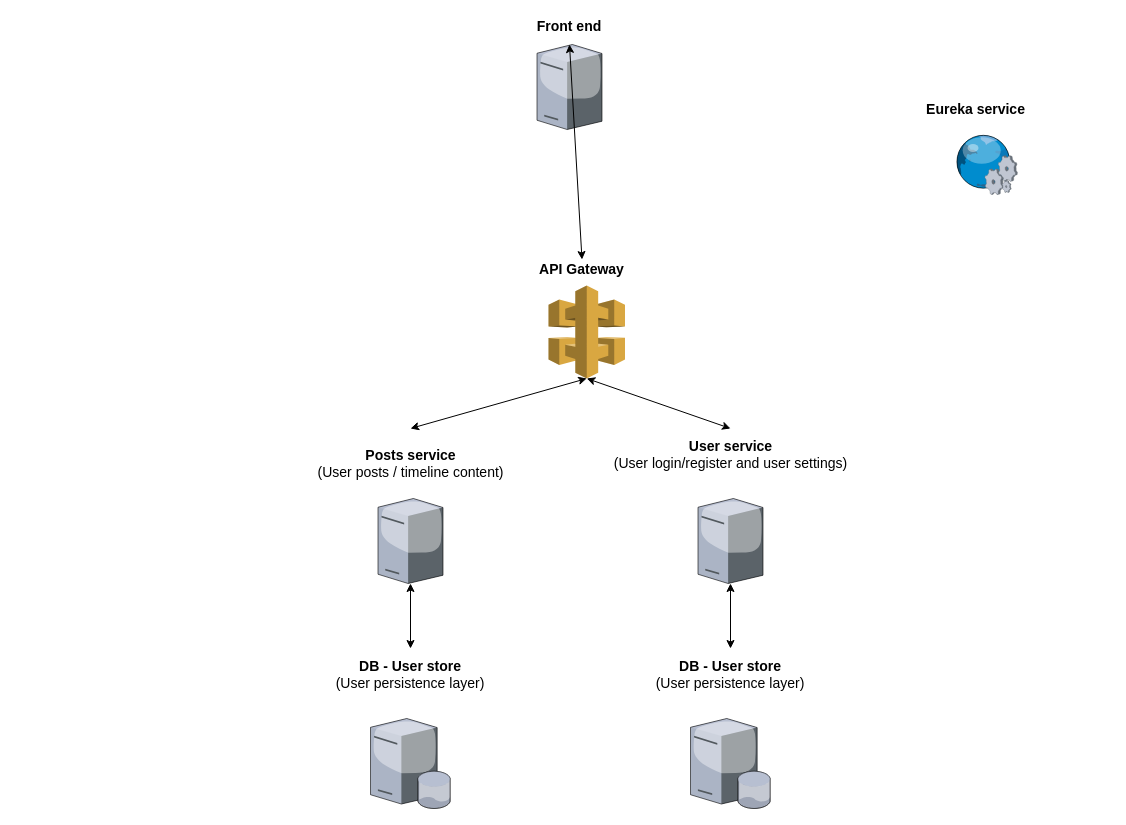
Before: models/servicesDiagram.drawio in arcilli/demetria-social-network, a draw.io diagram. Source tidied: cells renumbered, new cells numbered last; positions are measured from the earlier drawing's top-left corner, leaving out a move shared by most shapes. Both pictures are drawn from the tidied source at 100%, with x=0, y=0 at pixel (288, 24).
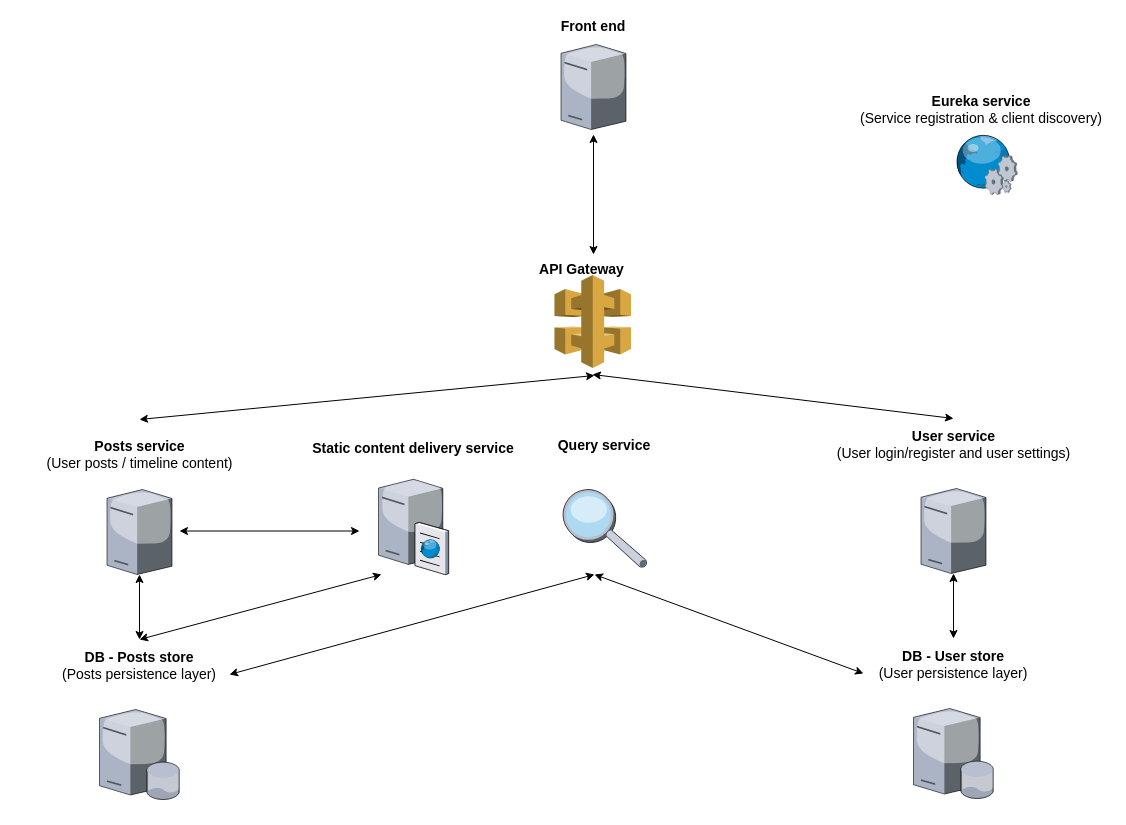
Above is the later version.

Commit message (it also covers changes not shown here):
Updated service diagram.

The change refers to these unchanged cells:
```xml
<mxCell id="11" value="&lt;b&gt;&lt;font style=&quot;font-size: 14px&quot;&gt;API Gateway&lt;/font&gt;&lt;/b&gt;" style="text;html=1;strokeColor=none;fillColor=none;align=center;verticalAlign=middle;whiteSpace=wrap;rounded=0;" parent="1" vertex="1">
  <mxGeometry x="226" y="235" width="135" height="20" as="geometry" />
</mxCell>
```

What changed in the source:
```diff
@@
     <mxCell id="2" style="group;" parent="1" vertex="1">
-      <mxGeometry x="226" y="20" width="110" height="110" as="geometry" />
+      <mxGeometry x="250" y="20" width="110" height="110" as="geometry" />
     </mxCell>
@@
     <mxCell id="4" style="group;" parent="1" vertex="1">
-      <mxGeometry x="387" y="493" width="210" height="160" as="geometry" />
+      <mxGeometry x="610" y="483" width="210" height="160" as="geometry" />
     </mxCell>
@@
-    <mxCell id="6" style="endArrow=classic;startArrow=classic;html=1;entryX=0.5;entryY=1;entryDx=0;entryDy=0;exitX=0.5;exitY=0;exitDx=0;exitDy=0;" parent="1" edge="1" source="11" target="8">
-      <mxGeometry relative="1" as="geometry" />
+    <mxCell id="6" style="endArrow=classic;startArrow=classic;html=1;" parent="1" edge="1">
+      <mxGeometry relative="1" as="geometry">
+        <mxPoint x="305" y="230" as="sourcePoint" />
+        <mxPoint x="305" y="110" as="targetPoint" />
+      </mxGeometry>
     </mxCell>
@@
     <mxCell id="8" value="&lt;div style=&quot;font-size: 14px&quot;&gt;&lt;font style=&quot;font-size: 14px&quot;&gt;&lt;b&gt;Front end&lt;/b&gt;&lt;/font&gt;&lt;/div&gt;&lt;div style=&quot;font-size: 14px&quot;&gt;&lt;font style=&quot;font-size: 14px&quot;&gt;&lt;b&gt;&lt;br&gt;&lt;/b&gt;&lt;/font&gt;&lt;/div&gt;" style="text;html=1;strokeColor=none;fillColor=none;align=center;verticalAlign=middle;whiteSpace=wrap;rounded=0;" parent="1" vertex="1">
-      <mxGeometry x="226" width="110" height="20" as="geometry" />
+      <mxGeometry x="250" width="110" height="20" as="geometry" />
     </mxCell>
     <mxCell id="9" value="&lt;div style=&quot;font-size: 14px&quot;&gt;&lt;font style=&quot;font-size: 14px&quot;&gt;&lt;b&gt;User service&lt;/b&gt;&lt;/font&gt;&lt;/div&gt;&lt;div style=&quot;font-size: 14px&quot;&gt;&lt;font style=&quot;font-size: 14px&quot;&gt;(User login/register and user settings)&lt;/font&gt;&lt;/div&gt;&lt;div style=&quot;font-size: 14px&quot;&gt;&lt;font style=&quot;font-size: 14px&quot;&gt;&lt;br&gt;&lt;/font&gt;&lt;/div&gt;" style="text;html=1;strokeColor=none;fillColor=none;align=center;verticalAlign=middle;whiteSpace=wrap;rounded=0;" parent="1" vertex="1">
-      <mxGeometry x="319.5" y="404" width="245" height="70" as="geometry" />
+      <mxGeometry x="542.5" y="394" width="245" height="70" as="geometry" />
     </mxCell>
     <mxCell id="10" style="outlineConnect=0;dashed=0;verticalLabelPosition=bottom;verticalAlign=top;align=center;html=1;shape=mxgraph.aws3.api_gateway;fillColor=#D9A741;gradientColor=none;" parent="1" vertex="1">
-      <mxGeometry x="260" y="261" width="76.5" height="93" as="geometry" />
+      <mxGeometry x="266" y="250.5" width="76.5" height="93" as="geometry" />
     </mxCell>
@@
-    <mxCell id="12" style="endArrow=classic;html=1;entryX=0.5;entryY=1;entryDx=0;entryDy=0;entryPerimeter=0;exitX=0.5;exitY=0;exitDx=0;exitDy=0;startArrow=classic;startFill=1;" parent="1" edge="1" source="9" target="10">
-      <mxGeometry relative="1" as="geometry" />
+    <mxCell id="12" style="endArrow=classic;html=1;exitX=0.5;exitY=0;exitDx=0;exitDy=0;startArrow=classic;startFill=1;" parent="1" edge="1" source="9">
+      <mxGeometry relative="1" as="geometry">
+        <mxPoint x="304" y="350" as="targetPoint" />
+      </mxGeometry>
     </mxCell>
     <mxCell id="13" style="verticalLabelPosition=bottom;html=1;verticalAlign=top;strokeColor=none;align=center;outlineConnect=0;shape=mxgraph.citrix.tower_server;" parent="1" vertex="1">
-      <mxGeometry x="89.5" y="474" width="65" height="85" as="geometry" />
+      <mxGeometry x="-181.5" y="465" width="65" height="85" as="geometry" />
     </mxCell>
     <mxCell id="14" value="&lt;div style=&quot;font-size: 14px&quot;&gt;&lt;font style=&quot;font-size: 14px&quot;&gt;&lt;b&gt;Posts service&lt;/b&gt;&lt;/font&gt;&lt;/div&gt;&lt;div style=&quot;font-size: 14px&quot;&gt;&lt;font style=&quot;font-size: 14px&quot;&gt;(User posts / timeline content)&lt;br&gt;&lt;/font&gt;&lt;/div&gt;" style="text;html=1;strokeColor=none;fillColor=none;align=center;verticalAlign=middle;whiteSpace=wrap;rounded=0;" parent="1" vertex="1">
-      <mxGeometry x="-0.5" y="404" width="245" height="70" as="geometry" />
+      <mxGeometry x="-271.5" y="395" width="245" height="70" as="geometry" />
     </mxCell>
     <mxCell id="15" style="verticalLabelPosition=bottom;html=1;verticalAlign=top;strokeColor=none;align=center;shape=mxgraph.citrix.database_server;" parent="1" vertex="1">
-      <mxGeometry x="82" y="694" width="80" height="90" as="geometry" />
+      <mxGeometry x="-189" y="685" width="80" height="90" as="geometry" />
     </mxCell>
-    <mxCell id="16" value="&lt;div style=&quot;font-size: 14px&quot;&gt;&lt;font style=&quot;font-size: 14px&quot;&gt;&lt;b&gt;DB - User store&lt;br&gt;&lt;/b&gt;&lt;/font&gt;&lt;/div&gt;&lt;div style=&quot;font-size: 14px&quot;&gt;&lt;font style=&quot;font-size: 14px&quot;&gt;(User persistence layer)&lt;/font&gt;&lt;/div&gt;&lt;div style=&quot;font-size: 14px&quot;&gt;&lt;font style=&quot;font-size: 14px&quot;&gt;&lt;br&gt;&lt;/font&gt;&lt;/div&gt;" style="text;html=1;strokeColor=none;fillColor=none;align=center;verticalAlign=middle;whiteSpace=wrap;rounded=0;" parent="1" vertex="1">
-      <mxGeometry x="32" y="624" width="180" height="70" as="geometry" />
+    <mxCell id="16" value="&lt;div style=&quot;font-size: 14px&quot;&gt;&lt;font style=&quot;font-size: 14px&quot;&gt;&lt;b&gt;DB - Posts store&lt;br&gt;&lt;/b&gt;&lt;/font&gt;&lt;/div&gt;&lt;div style=&quot;font-size: 14px&quot;&gt;&lt;font style=&quot;font-size: 14px&quot;&gt;(Posts persistence layer)&lt;/font&gt;&lt;/div&gt;&lt;div style=&quot;font-size: 14px&quot;&gt;&lt;font style=&quot;font-size: 14px&quot;&gt;&lt;br&gt;&lt;/font&gt;&lt;/div&gt;" style="text;html=1;strokeColor=none;fillColor=none;align=center;verticalAlign=middle;whiteSpace=wrap;rounded=0;" parent="1" vertex="1">
+      <mxGeometry x="-239" y="615" width="180" height="70" as="geometry" />
     </mxCell>
     <mxCell id="17" style="verticalLabelPosition=bottom;html=1;verticalAlign=top;strokeColor=none;align=center;shape=mxgraph.citrix.database_server;" parent="1" vertex="1">
-      <mxGeometry x="402" y="694" width="80" height="90" as="geometry" />
+      <mxGeometry x="625" y="684" width="80" height="90" as="geometry" />
     </mxCell>
     <mxCell id="18" value="&lt;div style=&quot;font-size: 14px&quot;&gt;&lt;font style=&quot;font-size: 14px&quot;&gt;&lt;b&gt;DB - User store&lt;br&gt;&lt;/b&gt;&lt;/font&gt;&lt;/div&gt;&lt;div style=&quot;font-size: 14px&quot;&gt;&lt;font style=&quot;font-size: 14px&quot;&gt;(User persistence layer)&lt;/font&gt;&lt;/div&gt;&lt;div style=&quot;font-size: 14px&quot;&gt;&lt;font style=&quot;font-size: 14px&quot;&gt;&lt;br&gt;&lt;/font&gt;&lt;/div&gt;" style="text;html=1;strokeColor=none;fillColor=none;align=center;verticalAlign=middle;whiteSpace=wrap;rounded=0;" parent="1" vertex="1">
-      <mxGeometry x="352" y="624" width="180" height="70" as="geometry" />
+      <mxGeometry x="575" y="614" width="180" height="70" as="geometry" />
     </mxCell>
@@
-    <mxCell id="20" style="endArrow=classic;startArrow=classic;html=1;exitX=0.5;exitY=0;exitDx=0;exitDy=0;entryX=0.5;entryY=1;entryDx=0;entryDy=0;entryPerimeter=0;" parent="1" edge="1" source="14" target="10">
-      <mxGeometry relative="1" as="geometry" />
+    <mxCell id="20" style="endArrow=classic;startArrow=classic;html=1;exitX=0.5;exitY=0;exitDx=0;exitDy=0;" parent="1" edge="1" source="14">
+      <mxGeometry relative="1" as="geometry">
+        <mxPoint x="306" y="351" as="targetPoint" />
+      </mxGeometry>
     </mxCell>
@@
-    <mxCell id="22" value="&lt;div style=&quot;font-size: 14px&quot;&gt;&lt;font style=&quot;font-size: 14px&quot;&gt;&lt;b&gt;Eureka service&lt;br&gt;&lt;/b&gt;&lt;/font&gt;&lt;/div&gt;" style="text;html=1;strokeColor=none;fillColor=none;align=center;verticalAlign=middle;whiteSpace=wrap;rounded=0;" parent="1" vertex="1">
-      <mxGeometry x="564.5" y="50" width="245" height="70" as="geometry" />
+    <mxCell id="22" value="&lt;div style=&quot;font-size: 14px&quot;&gt;&lt;font style=&quot;font-size: 14px&quot;&gt;&lt;b&gt;Eureka service&lt;br&gt;&lt;/b&gt;&lt;/font&gt;&lt;/div&gt;&lt;div style=&quot;font-size: 14px&quot;&gt;&lt;font style=&quot;font-size: 14px&quot;&gt;(Service registration &amp;amp; client discovery)&lt;br&gt;&lt;b&gt;&lt;/b&gt;&lt;/font&gt;&lt;/div&gt;" style="text;html=1;strokeColor=none;fillColor=none;align=center;verticalAlign=middle;whiteSpace=wrap;rounded=0;" parent="1" vertex="1">
+      <mxGeometry x="566" y="50" width="254" height="70" as="geometry" />
     </mxCell>
+    <mxCell id="23" value="&lt;div style=&quot;font-size: 14px&quot;&gt;&lt;font style=&quot;font-size: 14px&quot;&gt;&lt;b&gt;Static content delivery service&lt;/b&gt;&lt;/font&gt;&lt;/div&gt;" style="text;html=1;strokeColor=none;fillColor=none;align=center;verticalAlign=middle;whiteSpace=wrap;rounded=0;" parent="1" vertex="1">
+      <mxGeometry x="3" y="388.5" width="244" height="70" as="geometry" />
+    </mxCell>
+    <mxCell id="24" style="verticalLabelPosition=bottom;html=1;verticalAlign=top;strokeColor=none;align=center;shape=mxgraph.citrix.cache_server;" parent="1" vertex="1">
+      <mxGeometry x="90" y="452.5" width="70" height="97.5" as="geometry" />
+    </mxCell>
+    <mxCell id="25" style="endArrow=classic;html=1;startArrow=classic;startFill=1;" parent="1" edge="1">
+      <mxGeometry relative="1" as="geometry">
+        <mxPoint x="-109" y="506.5" as="sourcePoint" />
+        <mxPoint x="71" y="506.5" as="targetPoint" />
+      </mxGeometry>
+    </mxCell>
+    <mxCell id="26" style="verticalLabelPosition=bottom;html=1;verticalAlign=top;strokeColor=none;align=center;shape=mxgraph.citrix.inspection;" parent="1" vertex="1">
+      <mxGeometry x="273.5" y="464" width="85" height="79" as="geometry" />
+    </mxCell>
+    <mxCell id="27" value="Query service" style="text;html=1;strokeColor=none;fillColor=none;align=center;verticalAlign=middle;whiteSpace=wrap;rounded=0;fontStyle=1;fontSize=14;" parent="1" vertex="1">
+      <mxGeometry x="226" y="400" width="180" height="41" as="geometry" />
+    </mxCell>
+    <mxCell id="28" style="endArrow=classic;startArrow=classic;html=1;fontSize=14;exitX=0.5;exitY=0;exitDx=0;exitDy=0;" parent="1" edge="1" source="16">
+      <mxGeometry relative="1" as="geometry">
+        <mxPoint x="93" y="550" as="targetPoint" />
+      </mxGeometry>
+    </mxCell>
+    <mxCell id="29" style="endArrow=classic;startArrow=classic;html=1;fontSize=14;exitX=1;exitY=0.5;exitDx=0;exitDy=0;" parent="1" edge="1" source="16">
+      <mxGeometry relative="1" as="geometry">
+        <mxPoint x="306" y="550" as="targetPoint" />
+      </mxGeometry>
+    </mxCell>
+    <mxCell id="30" style="endArrow=classic;startArrow=classic;html=1;fontSize=14;exitX=0;exitY=0.5;exitDx=0;exitDy=0;" parent="1" edge="1" source="18">
+      <mxGeometry relative="1" as="geometry">
+        <mxPoint x="306" y="550" as="targetPoint" />
+      </mxGeometry>
+    </mxCell>
```
